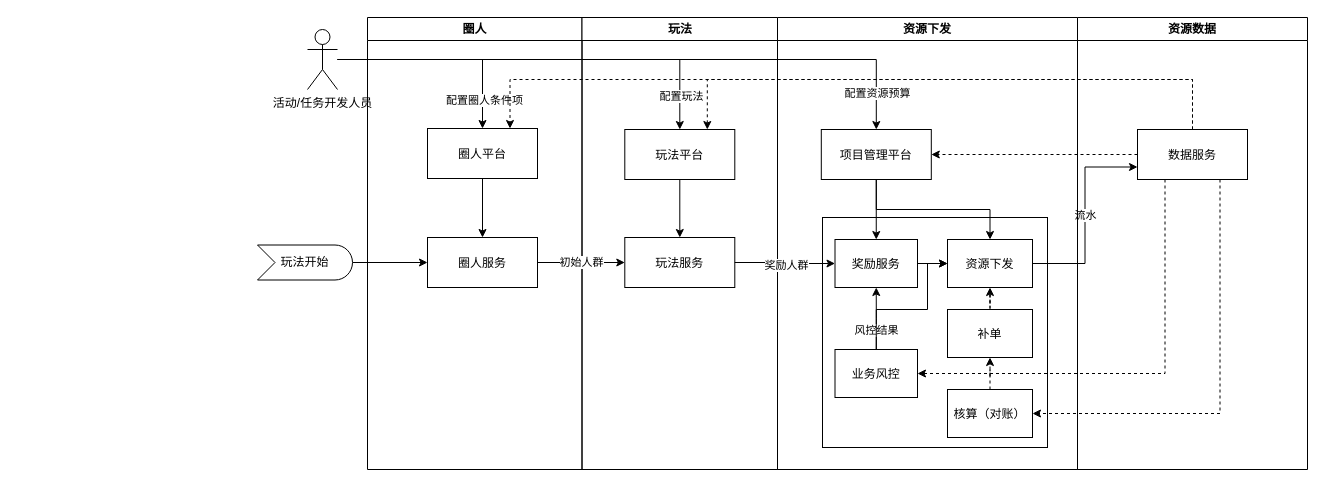
The draw.io diagram capability.drawio in carlonelong/pics, before the edit. Source tidied: cells renumbered, new cells numbered last; positions are measured from the earlier drawing's top-left corner, leaving out a move shared by most shapes. Both pictures are drawn from the tidied source at 100%, with x=0, y=0 at pixel (257, 17).
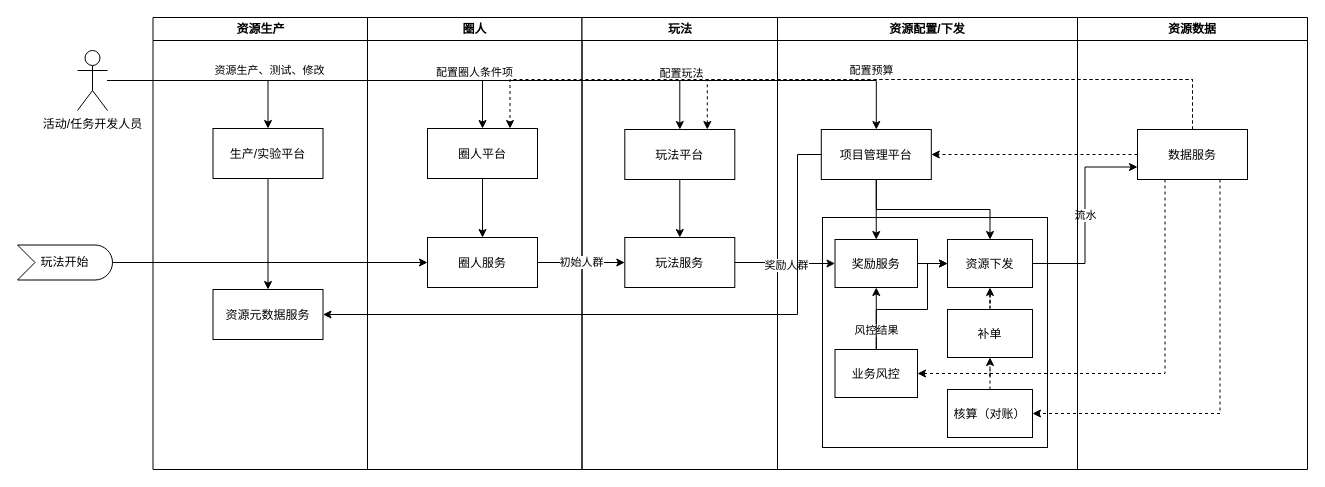
The same diagram, later.

Unchanged cells that the change refers to:
```xml
<mxCell id="13" value="项目管理平台" parent="10" vertex="1">
  <mxGeometry x="43.8" y="112" width="110" height="50" as="geometry" />
</mxCell>
<mxCell id="26" style="edgeStyle=orthogonalEdgeStyle;rounded=0;jettySize=auto;html=1;entryX=0.5;entryY=0;entryDx=0;entryDy=0;" parent="1" edge="1" source="32" target="4">
  <mxGeometry relative="1" as="geometry" />
</mxCell>
<mxCell id="28" style="edgeStyle=orthogonalEdgeStyle;rounded=0;jettySize=auto;html=1;entryX=0.5;entryY=0;entryDx=0;entryDy=0;" parent="1" edge="1" source="32" target="8">
  <mxGeometry relative="1" as="geometry" />
</mxCell>
<mxCell id="30" style="edgeStyle=orthogonalEdgeStyle;rounded=0;jettySize=auto;html=1;entryX=0.5;entryY=0;entryDx=0;entryDy=0;" parent="1" edge="1" source="32" target="13">
  <mxGeometry relative="1" as="geometry" />
</mxCell>
```

The edit, as a diff of the source:
```diff
@@
-    <mxCell id="10" value="资源下发" style="swimlane;whiteSpace=wrap;" parent="1" vertex="1">
+    <mxCell id="10" value="资源配置/下发" style="swimlane;whiteSpace=wrap;" parent="1" vertex="1">
       <mxGeometry x="520" width="300" height="452" as="geometry" />
     </mxCell>
@@
     <mxCell id="27" value="配置圈人条件项" style="edgeLabel;html=1;align=center;verticalAlign=middle;" parent="26" vertex="1">
-      <mxGeometry x="0.73" y="1" relative="1" as="geometry" />
+      <mxGeometry x="0.73" y="1" relative="1" as="geometry">
+        <mxPoint y="-8" as="offset" />
+      </mxGeometry>
     </mxCell>
+    <mxCell id="47" value="资源生产、测试、修改" style="edgeLabel;html=1;align=center;verticalAlign=middle;" parent="26" vertex="1">
+      <mxGeometry x="0.73" y="1" relative="1" as="geometry">
+        <mxPoint x="-205" y="-10" as="offset" />
+      </mxGeometry>
+    </mxCell>
@@
     <mxCell id="29" value="配置玩法" style="edgeLabel;html=1;align=center;verticalAlign=middle;" parent="28" vertex="1">
-      <mxGeometry x="0.84" y="1" relative="1" as="geometry" />
+      <mxGeometry x="0.84" y="1" relative="1" as="geometry">
+        <mxPoint y="-7" as="offset" />
+      </mxGeometry>
     </mxCell>
+    <mxCell id="48" value="配置预算" style="edgeLabel;html=1;align=center;verticalAlign=middle;" parent="28" vertex="1">
+      <mxGeometry x="0.84" y="1" relative="1" as="geometry">
+        <mxPoint x="190" y="-10" as="offset" />
+      </mxGeometry>
+    </mxCell>
+    <mxCell id="49" style="edgeStyle=orthogonalEdgeStyle;rounded=0;jettySize=auto;html=1;entryX=0.5;entryY=0;entryDx=0;entryDy=0;" parent="1" edge="1" source="32" target="52">
+      <mxGeometry relative="1" as="geometry" />
+    </mxCell>
@@
-    <mxCell id="31" value="配置资源预算" style="edgeLabel;html=1;align=center;verticalAlign=middle;" parent="30" vertex="1">
-      <mxGeometry x="0.88" y="1" relative="1" as="geometry" />
-    </mxCell>
     <mxCell id="32" value="活动/任务开发人员" style="shape=umlActor;verticalLabelPosition=bottom;verticalAlign=top;html=1;outlineConnect=0;" parent="1" vertex="1">
-      <mxGeometry x="50" y="12" width="30" height="60" as="geometry" />
+      <mxGeometry x="-180" y="33" width="30" height="60" as="geometry" />
     </mxCell>
@@
     <mxCell id="37" value="玩法开始" style="html=1;outlineConnect=0;whiteSpace=wrap;shape=mxgraph.archimate3.event;fillColor=#FFFFFF;" parent="1" vertex="1">
-      <mxGeometry y="227.5" width="95" height="35" as="geometry" />
+      <mxGeometry x="-240" y="227.5" width="95" height="35" as="geometry" />
     </mxCell>
@@
+    <mxCell id="50" value="资源生产" style="swimlane;whiteSpace=wrap;" parent="1" vertex="1">
+      <mxGeometry x="-104.5" width="214.5" height="452" as="geometry" />
+    </mxCell>
+    <mxCell id="51" style="edgeStyle=orthogonalEdgeStyle;rounded=0;jettySize=auto;html=1;entryX=0.5;entryY=0;entryDx=0;entryDy=0;" parent="50" edge="1" source="52" target="53">
+      <mxGeometry relative="1" as="geometry" />
+    </mxCell>
+    <mxCell id="52" value="生产/实验平台" parent="50" vertex="1">
+      <mxGeometry x="60" y="111" width="110" height="50" as="geometry" />
+    </mxCell>
+    <mxCell id="53" value="资源元数据服务" parent="50" vertex="1">
+      <mxGeometry x="60" y="272" width="110" height="50" as="geometry" />
+    </mxCell>
+    <mxCell id="54" style="edgeStyle=orthogonalEdgeStyle;rounded=0;jettySize=auto;html=1;entryX=1;entryY=0.5;entryDx=0;entryDy=0;" parent="1" edge="1" source="13" target="53">
+      <mxGeometry relative="1" as="geometry">
+        <Array as="points">
+          <mxPoint x="540" y="137" />
+          <mxPoint x="540" y="297" />
+        </Array>
+      </mxGeometry>
+    </mxCell>
```
